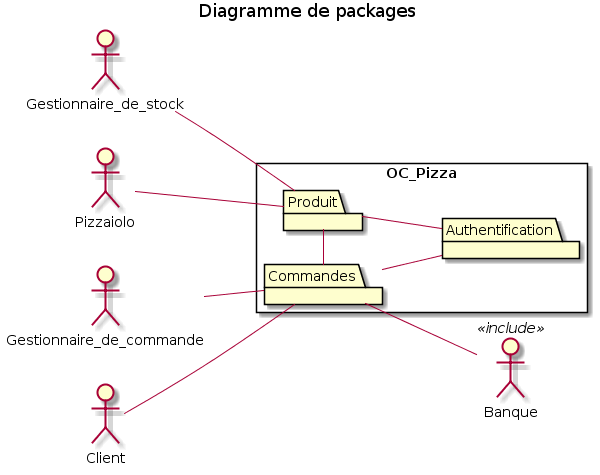
Zepmanbc/oc_dapython_pr4 keeps this PlantUML diagram as v2/img/02_packages.png. Above is the earlier version.
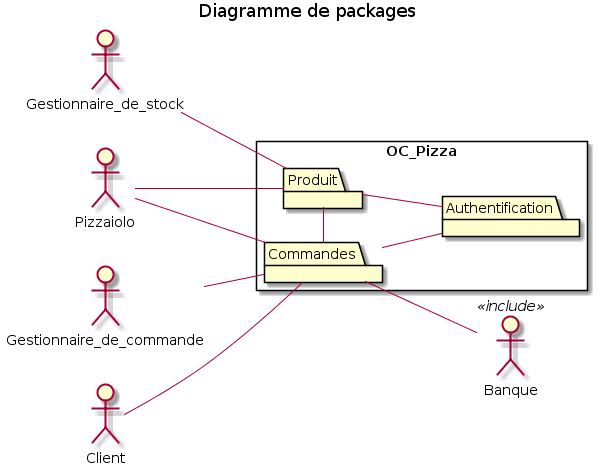
The same diagram one commit later.

The edit, as a diff of the source:
```diff
@@ -22,6 +22,7 @@
 CUSTOMER -- Commandes
 GESTCMD -- Commandes
 PZLO -- Produit
+PZLO -- Commandes
 GESTSTOCK -- Produit
 Commandes -- BANK
 
```
